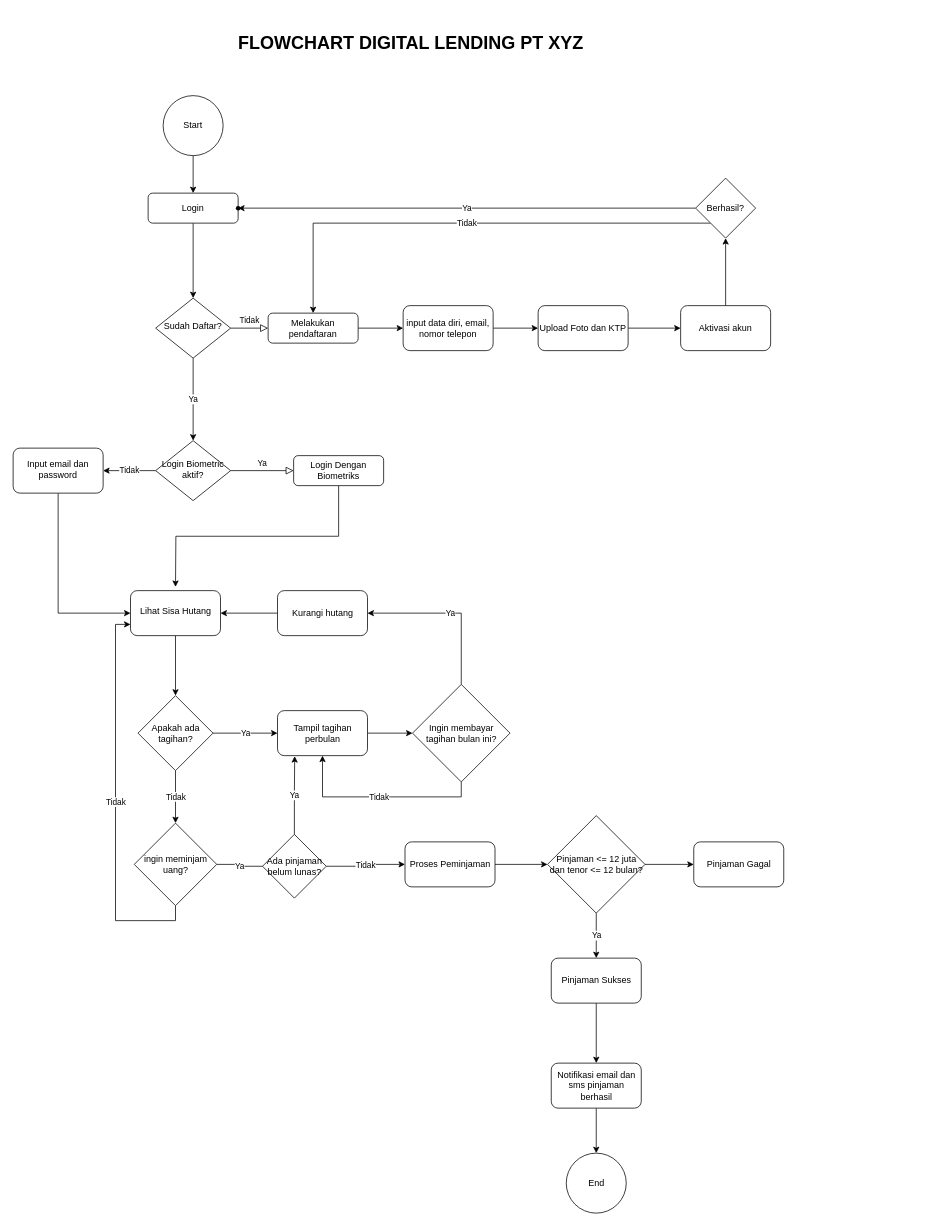
Before: FlowChart XYZ.drawio in derryansyah/xyzlendingmobileapps, a draw.io diagram. Source tidied: cells renumbered, new cells numbered last; positions are measured from the earlier drawing's top-left corner, leaving out a move shared by most shapes. Both pictures are drawn from the tidied source at 75%, with x=0, y=0 at pixel (13, 13).
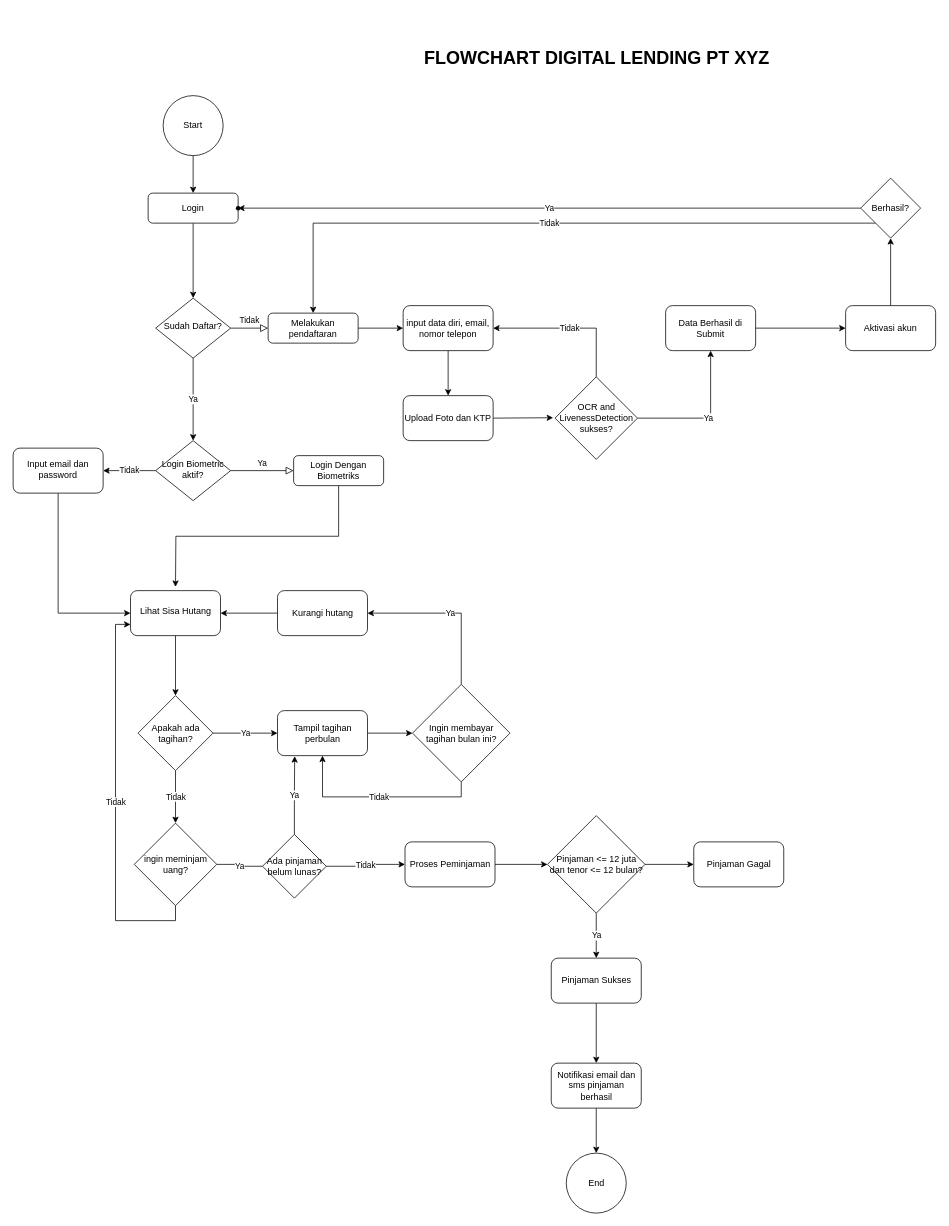
The same diagram, later.

Unchanged cells that the change refers to:
```xml
<mxCell id="15" value="input data diri, email, nomor telepon" style="rounded=1;whiteSpace=wrap;html=1;glass=0;strokeWidth=1;shadow=0;" parent="1" vertex="1">
  <mxGeometry x="520" y="390" width="120" height="60" as="geometry" />
</mxCell>
```

Change to the diagram source:
```diff
@@
-    <mxCell id="16" style="edgeStyle=orthogonalEdgeStyle;rounded=0;jettySize=auto;html=1;" parent="1" edge="1" source="17" target="19">
+    <mxCell id="16" style="edgeStyle=orthogonalEdgeStyle;rounded=0;jettySize=auto;html=1;startArrow=none;" parent="1" edge="1" source="59" target="19">
       <mxGeometry relative="1" as="geometry" />
     </mxCell>
+    <mxCell id="58" style="edgeStyle=orthogonalEdgeStyle;rounded=0;jettySize=auto;html=1;exitX=1;exitY=0.5;exitDx=0;exitDy=0;endArrow=classic;endFill=1;" parent="1" edge="1" source="17">
+      <mxGeometry relative="1" as="geometry">
+        <mxPoint x="720" y="539.5" as="targetPoint" />
+      </mxGeometry>
+    </mxCell>
     <mxCell id="17" value="Upload Foto dan KTP" style="rounded=1;whiteSpace=wrap;html=1;glass=0;strokeWidth=1;shadow=0;" parent="1" vertex="1">
-      <mxGeometry x="700" y="390" width="120" height="60" as="geometry" />
+      <mxGeometry x="520" y="510" width="120" height="60" as="geometry" />
     </mxCell>
@@
     <mxCell id="19" value="Aktivasi akun" style="rounded=1;whiteSpace=wrap;html=1;glass=0;strokeWidth=1;shadow=0;" parent="1" vertex="1">
-      <mxGeometry x="890" y="390" width="120" height="60" as="geometry" />
+      <mxGeometry x="1110" y="390" width="120" height="60" as="geometry" />
     </mxCell>
@@
     <mxCell id="22" value="Berhasil?" style="rhombus;whiteSpace=wrap;html=1;" parent="1" vertex="1">
-      <mxGeometry x="910" y="220" width="80" height="80" as="geometry" />
+      <mxGeometry x="1130" y="220" width="80" height="80" as="geometry" />
     </mxCell>
@@
     <mxCell id="57" value="&lt;h1&gt;&lt;b&gt;FLOWCHART DIGITAL LENDING PT XYZ&lt;/b&gt;&lt;/h1&gt;" style="text;html=1;align=center;verticalAlign=middle;strokeColor=none;fillColor=none;" parent="1" vertex="1">
-      <mxGeometry x="260" width="540" height="80" as="geometry" />
+      <mxGeometry x="507.5" y="20" width="540" height="80" as="geometry" />
     </mxCell>
+    <mxCell id="59" value="Data Berhasil di Submit" style="whiteSpace=wrap;html=1;rounded=1;glass=0;strokeWidth=1;shadow=0;" parent="1" vertex="1">
+      <mxGeometry x="870" y="390" width="120" height="60" as="geometry" />
+    </mxCell>
+    <mxCell id="60" value="Tidak" style="edgeStyle=orthogonalEdgeStyle;rounded=0;jettySize=auto;html=1;exitX=0.5;exitY=0;exitDx=0;exitDy=0;entryX=1;entryY=0.5;entryDx=0;entryDy=0;endArrow=classic;endFill=1;" parent="1" edge="1" source="62" target="15">
+      <mxGeometry relative="1" as="geometry" />
+    </mxCell>
+    <mxCell id="61" value="Ya" style="edgeStyle=orthogonalEdgeStyle;rounded=0;jettySize=auto;html=1;exitX=1;exitY=0.5;exitDx=0;exitDy=0;endArrow=classic;endFill=1;" parent="1" edge="1" source="62" target="59">
+      <mxGeometry relative="1" as="geometry" />
+    </mxCell>
+    <mxCell id="62" value="OCR and LivenessDetection sukses?" style="rhombus;whiteSpace=wrap;html=1;" parent="1" vertex="1">
+      <mxGeometry x="722.5" y="485" width="110" height="110" as="geometry" />
+    </mxCell>
```
